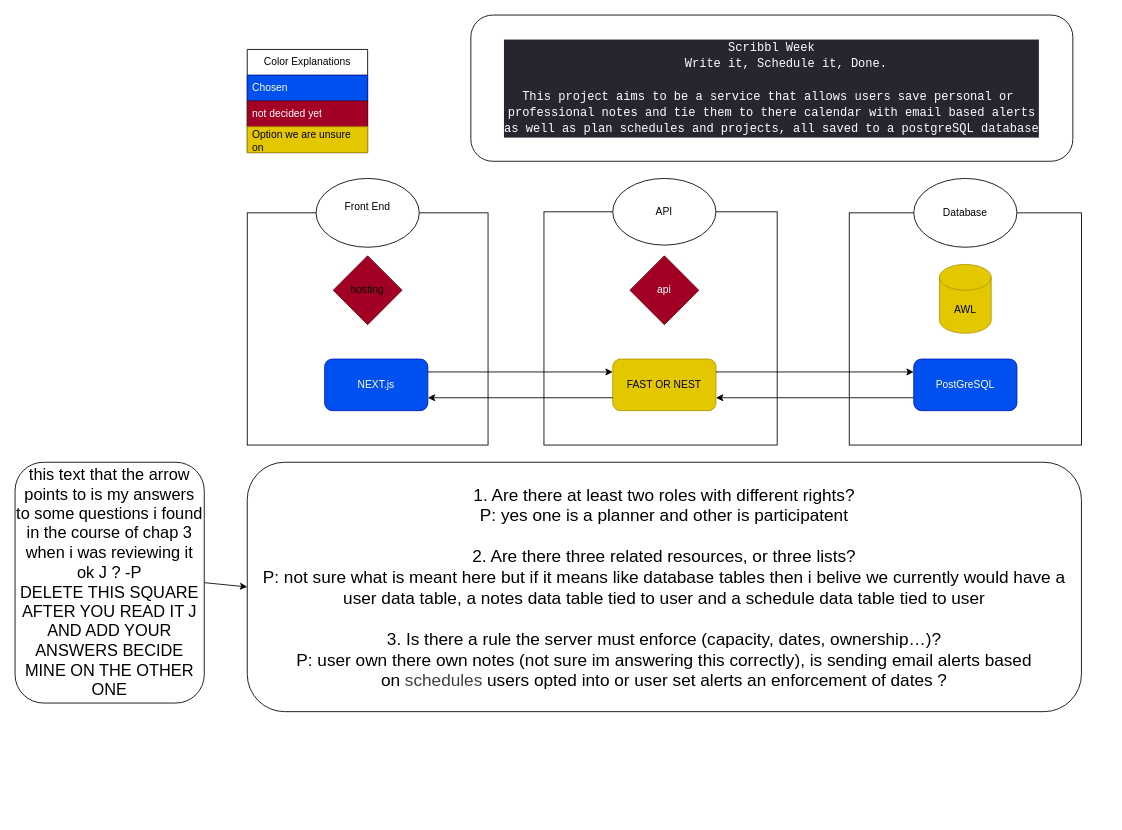
This is Scribbl.drawio from j12Ch05/Scribbl, a draw.io file, before an edit. Source tidied: cells renumbered, new cells numbered last; positions are measured from the earlier drawing's top-left corner, leaving out a move shared by most shapes. Both pictures are drawn from the tidied source at 86%, with x=0, y=0 at pixel (15, 15).
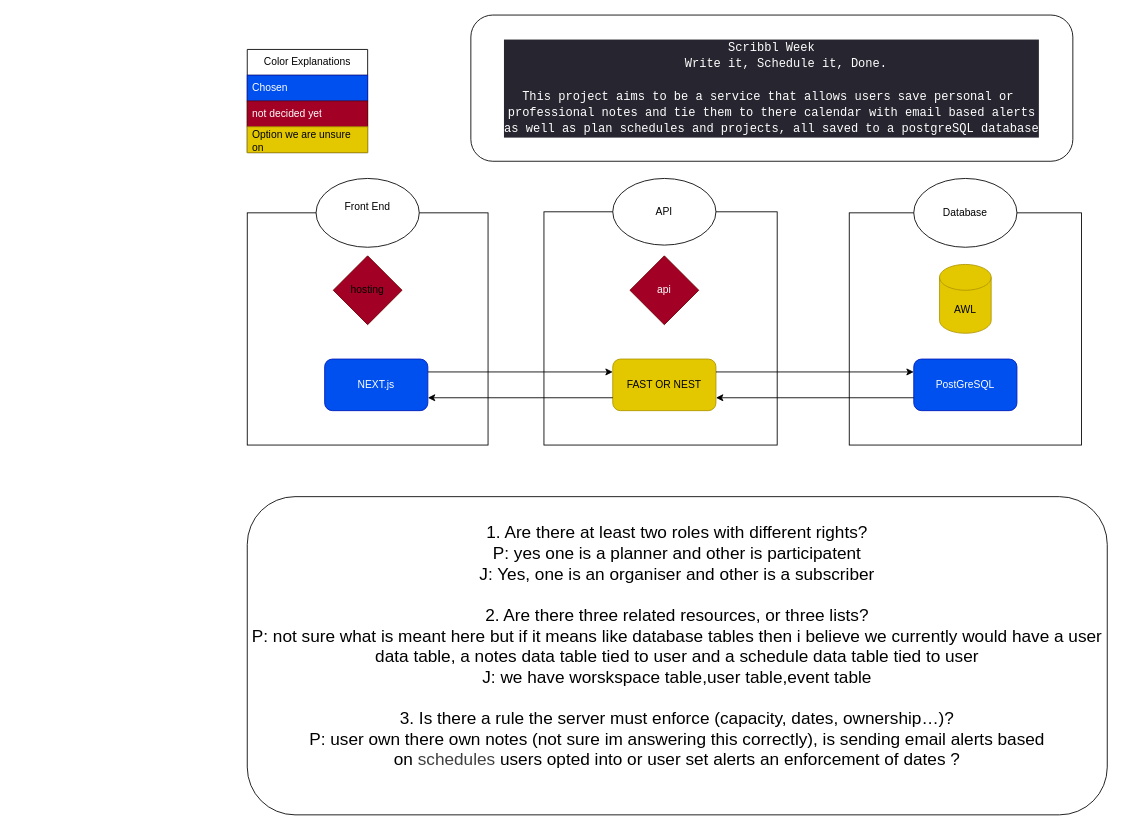
After the change.

Commit message:
Adding J answers of the 3 questions

The edit, as a diff of the source:
```diff
@@
-    <mxCell id="26" value="&lt;font style=&quot;font-size: 20px;&quot;&gt;1. Are there at least two roles with different rights? &lt;br&gt;P: yes one is a planner and other is participatent&lt;br&gt;&lt;br&gt;2. Are there three related resources, or three lists? &lt;br&gt;P: not sure what is meant here but if it means like database tables then i belive we currently would have a user data table, a notes data table tied to user and a schedule data table tied to user&lt;br&gt;&lt;br&gt;3. Is there a rule the server must enforce (capacity, dates, ownership…)?&lt;br&gt;P: user own there own notes (not sure im answering this correctly), is sending email alerts based on&amp;nbsp;&lt;span style=&quot;color: rgb(63, 63, 63);&quot;&gt;schedules&lt;/span&gt;&amp;nbsp;users opted into or user set alerts an enforcement of dates ?&lt;/font&gt;" style="rounded=1;whiteSpace=wrap;html=1;roundedPerimeter=1;" parent="1" vertex="1">
-      <mxGeometry x="270" y="520" width="970" height="290" as="geometry" />
+    <mxCell id="26" value="&lt;font style=&quot;font-size: 20px;&quot;&gt;1. Are there at least two roles with different rights? &lt;br&gt;P: yes one is a planner and other is participatent&lt;/font&gt;&lt;div&gt;&lt;font style=&quot;font-size: 20px;&quot;&gt;J: Yes, one is an organiser and other is a subscriber&lt;/font&gt;&lt;/div&gt;&lt;div&gt;&lt;font style=&quot;font-size: 20px;&quot;&gt;&lt;br&gt;2. Are there three related resources, or three lists? &lt;br&gt;P: not sure what is meant here but if it means like database tables then i believe we currently would have a user data table, a notes data table tied to user and a schedule data table tied to user&lt;/font&gt;&lt;/div&gt;&lt;div&gt;&lt;font style=&quot;font-size: 20px;&quot;&gt;J: we have worskspace table,user table,event table&lt;br&gt;&lt;br&gt;3. Is there a rule the server must enforce (capacity, dates, ownership…)?&lt;br&gt;P: user own there own notes (not sure im answering this correctly), is sending email alerts based on&amp;nbsp;&lt;span style=&quot;color: rgb(63, 63, 63);&quot;&gt;schedules&lt;/span&gt;&amp;nbsp;users opted into or user set alerts an enforcement of dates ?&lt;/font&gt;&lt;/div&gt;&lt;div&gt;&lt;font style=&quot;font-size: 20px;&quot;&gt;&lt;br&gt;&lt;/font&gt;&lt;/div&gt;" style="rounded=1;whiteSpace=wrap;html=1;roundedPerimeter=1;" parent="1" vertex="1">
+      <mxGeometry x="270" y="560" width="1000" height="370" as="geometry" />
     </mxCell>
-    <mxCell id="27" style="edgeStyle=none;html=1;exitX=1;exitY=0.5;exitDx=0;exitDy=0;entryX=0;entryY=0.5;entryDx=0;entryDy=0;" parent="1" edge="1" source="28" target="26">
-      <mxGeometry relative="1" as="geometry" />
-    </mxCell>
-    <mxCell id="28" value="this text that the arrow points to is my answers to some questions i found in the course of chap 3 when i was reviewing it ok J ? -P&lt;br&gt;DELETE THIS SQUARE AFTER YOU READ IT J AND ADD YOUR ANSWERS BECIDE MINE ON THE OTHER ONE" style="rounded=1;whiteSpace=wrap;html=1;roundedPerimeter=1;fontSize=19;" parent="1" vertex="1">
-      <mxGeometry y="520" width="220" height="280" as="geometry" />
-    </mxCell>
```
